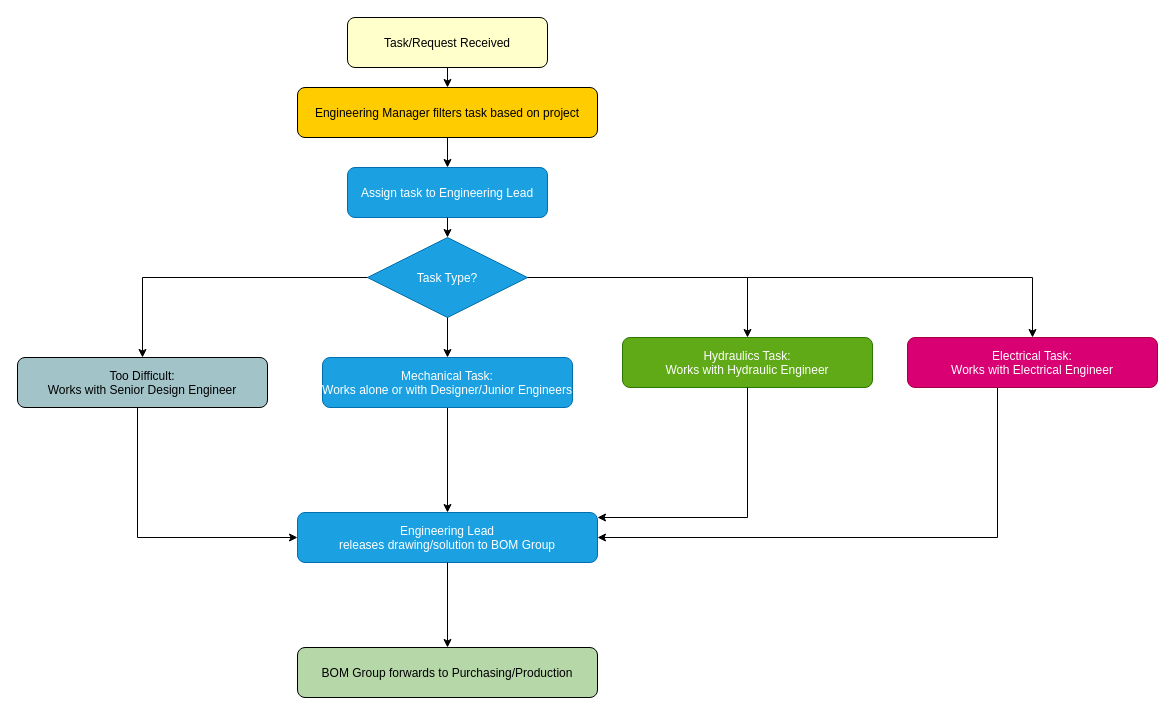
Earlier version of the draw.io diagram page "Engineering" (2 of 3) of Foremost Workflow.drawio (zackbanff/Flowcharts). Source tidied: cells renumbered, new cells numbered last; positions are measured from the earlier drawing's top-left corner, leaving out a move shared by most shapes. Both pictures are drawn from the tidied source at 100%, with x=0, y=0 at pixel (17, 17).
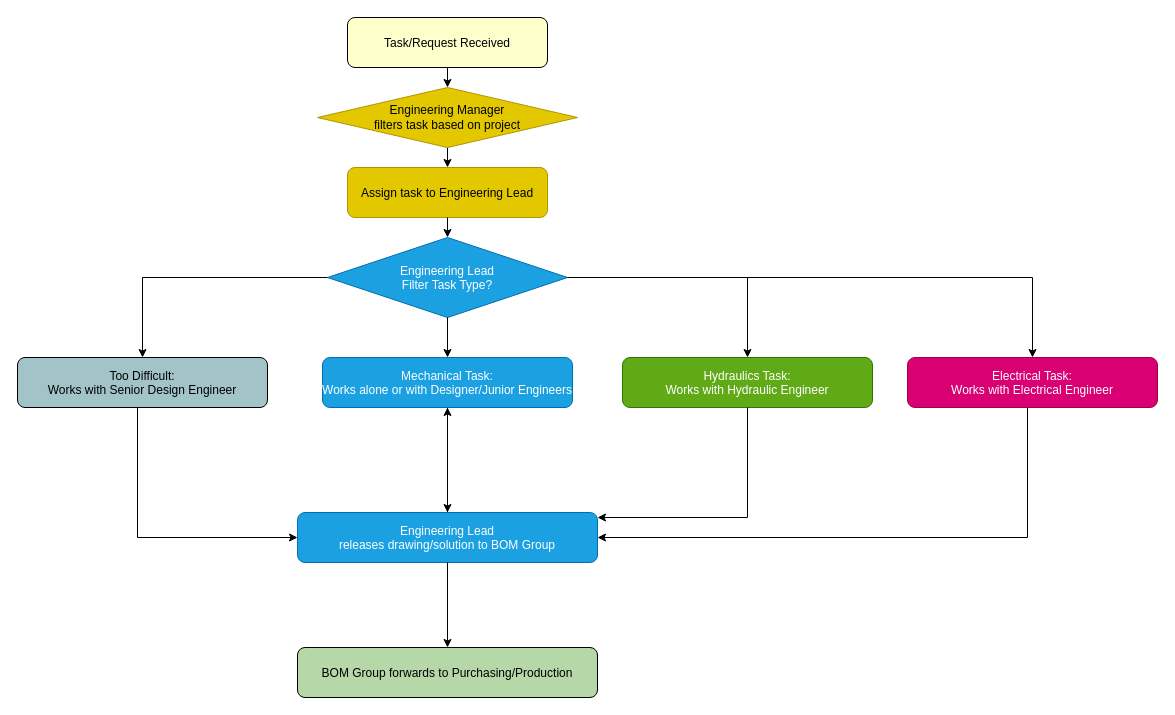
Above is the later version.

The change refers to these unchanged cells:
```xml
<mxCell id="2" value="Task/Request Received" style="rounded=1;fillColor=#FFFFCC;" parent="1" vertex="1">
  <mxGeometry x="330" width="200" height="50" as="geometry" />
</mxCell>
<mxCell id="9" value="Engineering Lead &#10;releases drawing/solution to BOM Group" style="rounded=1;fillColor=#1ba1e2;fontColor=#ffffff;strokeColor=#006EAF;" parent="1" vertex="1">
  <mxGeometry x="280" y="495" width="300" height="50" as="geometry" />
</mxCell>
<mxCell id="23" value="Mechanical Task: &#10;Works alone or with Designer/Junior Engineers" style="rounded=1;fillColor=#1ba1e2;fontColor=#ffffff;strokeColor=#006EAF;" parent="1" vertex="1">
  <mxGeometry x="305" y="340" width="250" height="50" as="geometry" />
</mxCell>
```

The edit, as a diff of the source:
```diff
@@
-    <mxCell id="3" value="Engineering Manager filters task based on project" style="rounded=1;fillColor=#FFCC00;" parent="1" vertex="1">
-      <mxGeometry x="280" y="70" width="300" height="50" as="geometry" />
-    </mxCell>
-    <mxCell id="4" value="Assign task to Engineering Lead" style="rounded=1;fillColor=#1ba1e2;fontColor=#ffffff;strokeColor=#006EAF;" parent="1" vertex="1">
+    <mxCell id="4" value="Assign task to Engineering Lead" style="rounded=1;fillColor=#e3c800;fontColor=#000000;strokeColor=#B09500;" parent="1" vertex="1">
       <mxGeometry x="330" y="150" width="200" height="50" as="geometry" />
     </mxCell>
-    <mxCell id="5" value="Task Type?" style="shape=rhombus;perimeter=rhombusPerimeter;fillColor=#1ba1e2;fontColor=#ffffff;strokeColor=#006EAF;" parent="1" vertex="1">
-      <mxGeometry x="350" y="220" width="160" height="80" as="geometry" />
+    <mxCell id="5" value="Engineering Lead &#10;Filter Task Type?" style="shape=rhombus;perimeter=rhombusPerimeter;fillColor=#1ba1e2;fontColor=#ffffff;strokeColor=#006EAF;" parent="1" vertex="1">
+      <mxGeometry x="310" y="220" width="240" height="80" as="geometry" />
     </mxCell>
     <mxCell id="6" value="Hydraulics Task: &#10;Works with Hydraulic Engineer" style="rounded=1;fillColor=#60a917;fontColor=#ffffff;strokeColor=#2D7600;" parent="1" vertex="1">
-      <mxGeometry x="605" y="320" width="250" height="50" as="geometry" />
+      <mxGeometry x="605" y="340" width="250" height="50" as="geometry" />
     </mxCell>
@@
+    <mxCell id="24" style="edgeStyle=orthogonalEdgeStyle;rounded=0;jettySize=auto;html=1;" parent="1" edge="1" source="9" target="23">
+      <mxGeometry relative="1" as="geometry" />
+    </mxCell>
@@
-    <mxCell id="11" style="edgeStyle=orthogonalEdgeStyle;rounded=0;" parent="1" edge="1" source="2" target="3">
+    <mxCell id="11" style="edgeStyle=orthogonalEdgeStyle;rounded=0;entryX=0.5;entryY=0;entryDx=0;entryDy=0;" parent="1" edge="1" source="2" target="3">
       <mxGeometry relative="1" as="geometry" />
     </mxCell>
-    <mxCell id="12" style="edgeStyle=orthogonalEdgeStyle;rounded=0;" parent="1" edge="1" source="3" target="4">
+    <mxCell id="12" style="edgeStyle=orthogonalEdgeStyle;rounded=0;exitX=0.5;exitY=1;exitDx=0;exitDy=0;" parent="1" edge="1" source="3" target="4">
       <mxGeometry relative="1" as="geometry" />
     </mxCell>
@@
     <mxCell id="19" style="edgeStyle=orthogonalEdgeStyle;rounded=0;" parent="1" edge="1" source="21" target="9">
       <mxGeometry relative="1" as="geometry">
         <Array as="points">
-          <mxPoint x="980" y="520" />
+          <mxPoint x="1010" y="520" />
         </Array>
       </mxGeometry>
     </mxCell>
@@
     <mxCell id="21" value="Electrical Task: &#10;Works with Electrical Engineer" style="rounded=1;fillColor=#d80073;fontColor=#ffffff;strokeColor=#A50040;" parent="1" vertex="1">
-      <mxGeometry x="890" y="320" width="250" height="50" as="geometry" />
+      <mxGeometry x="890" y="340" width="250" height="50" as="geometry" />
     </mxCell>
@@
+    <mxCell id="3" value="&lt;span style=&quot;text-wrap-mode: nowrap;&quot;&gt;Engineering Manager &lt;br&gt;filters task based on project&lt;/span&gt;" style="rhombus;whiteSpace=wrap;html=1;fillColor=#e3c800;fontColor=#000000;strokeColor=#B09500;" parent="1" vertex="1">
+      <mxGeometry x="300" y="70" width="260" height="60" as="geometry" />
+    </mxCell>
```
